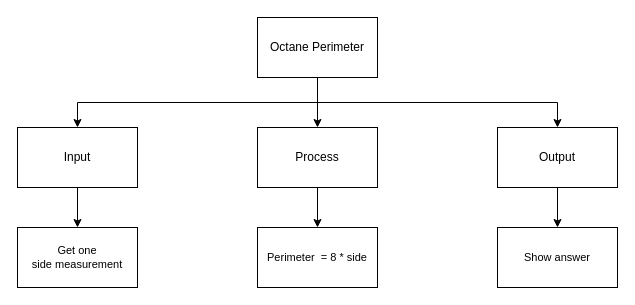
The draw.io diagram design.drawio in Aleksandr-Ten/ICS3U-Assignment-2-Python, before the edit. Source tidied: cells renumbered, new cells numbered last; positions are measured from the earlier drawing's top-left corner, leaving out a move shared by most shapes. Both pictures are drawn from the tidied source at 100%, with x=0, y=0 at pixel (17, 17).
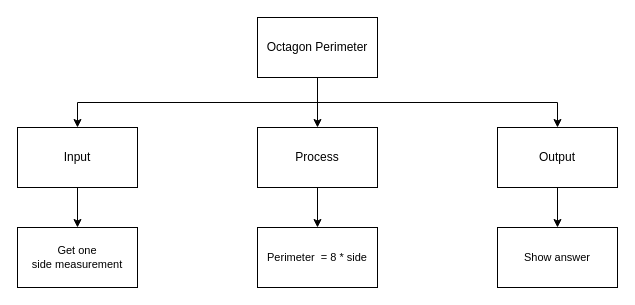
After the change.

What changed in the source:
```diff
@@
 <mxGraphModel>
   <root>
     <mxCell id="0" />
     <mxCell id="1" parent="0" />
     <mxCell id="2" style="edgeStyle=none;html=1;exitX=0.5;exitY=1;exitDx=0;exitDy=0;entryX=0.5;entryY=0;entryDx=0;entryDy=0;" parent="1" edge="1" source="5" target="7">
       <mxGeometry relative="1" as="geometry" />
     </mxCell>
     <mxCell id="3" style="edgeStyle=orthogonalEdgeStyle;html=1;exitX=0.5;exitY=1;exitDx=0;exitDy=0;entryX=0.5;entryY=0;entryDx=0;entryDy=0;rounded=0;" parent="1" edge="1" source="5" target="9">
       <mxGeometry relative="1" as="geometry" />
     </mxCell>
     <mxCell id="4" style="edgeStyle=orthogonalEdgeStyle;shape=connector;rounded=0;html=1;labelBackgroundColor=default;fontFamily=Helvetica;fontSize=11;fontColor=default;endArrow=classic;strokeColor=default;exitX=0.5;exitY=1;exitDx=0;exitDy=0;" parent="1" edge="1" source="5" target="11">
       <mxGeometry relative="1" as="geometry" />
     </mxCell>
-    <mxCell id="5" value="Octane Perimeter" style="rounded=0;whiteSpace=wrap;html=1;" parent="1" vertex="1">
+    <mxCell id="5" value="Octagon Perimeter" style="rounded=0;whiteSpace=wrap;html=1;" parent="1" vertex="1">
       <mxGeometry x="240" width="120" height="60" as="geometry" />
     </mxCell>
     <mxCell id="6" style="edgeStyle=orthogonalEdgeStyle;shape=connector;rounded=0;html=1;labelBackgroundColor=default;fontFamily=Helvetica;fontSize=11;fontColor=default;endArrow=classic;strokeColor=default;" parent="1" edge="1" source="7" target="13">
       <mxGeometry relative="1" as="geometry" />
     </mxCell>
     <mxCell id="7" value="Process" style="rounded=0;whiteSpace=wrap;html=1;" parent="1" vertex="1">
       <mxGeometry x="240" y="110" width="120" height="60" as="geometry" />
     </mxCell>
     <mxCell id="8" style="edgeStyle=orthogonalEdgeStyle;shape=connector;rounded=0;html=1;exitX=0.5;exitY=1;exitDx=0;exitDy=0;labelBackgroundColor=default;fontFamily=Helvetica;fontSize=11;fontColor=default;endArrow=classic;strokeColor=default;" parent="1" edge="1" source="9" target="12">
       <mxGeometry relative="1" as="geometry" />
     </mxCell>
     <mxCell id="9" value="Input" style="rounded=0;whiteSpace=wrap;html=1;" parent="1" vertex="1">
       <mxGeometry y="110" width="120" height="60" as="geometry" />
     </mxCell>
     <mxCell id="10" style="edgeStyle=orthogonalEdgeStyle;shape=connector;rounded=0;html=1;labelBackgroundColor=default;fontFamily=Helvetica;fontSize=11;fontColor=default;endArrow=classic;strokeColor=default;" parent="1" edge="1" source="11" target="14">
       <mxGeometry relative="1" as="geometry" />
     </mxCell>
     <mxCell id="11" value="Output" style="rounded=0;whiteSpace=wrap;html=1;" parent="1" vertex="1">
       <mxGeometry x="480" y="110" width="120" height="60" as="geometry" />
     </mxCell>
     <mxCell id="12" value="Get one side&amp;nbsp;measurement" style="rounded=0;whiteSpace=wrap;html=1;fontFamily=Helvetica;fontSize=11;fontColor=default;" parent="1" vertex="1">
       <mxGeometry y="210" width="120" height="60" as="geometry" />
     </mxCell>
     <mxCell id="13" value="Perimeter&amp;nbsp; = 8 * side" style="rounded=0;whiteSpace=wrap;html=1;fontFamily=Helvetica;fontSize=11;fontColor=default;" parent="1" vertex="1">
       <mxGeometry x="240" y="210" width="120" height="60" as="geometry" />
     </mxCell>
     <mxCell id="14" value="Show answer" style="rounded=0;whiteSpace=wrap;html=1;fontFamily=Helvetica;fontSize=11;fontColor=default;" parent="1" vertex="1">
       <mxGeometry x="480" y="210" width="120" height="60" as="geometry" />
     </mxCell>
   </root>
 </mxGraphModel>
```
